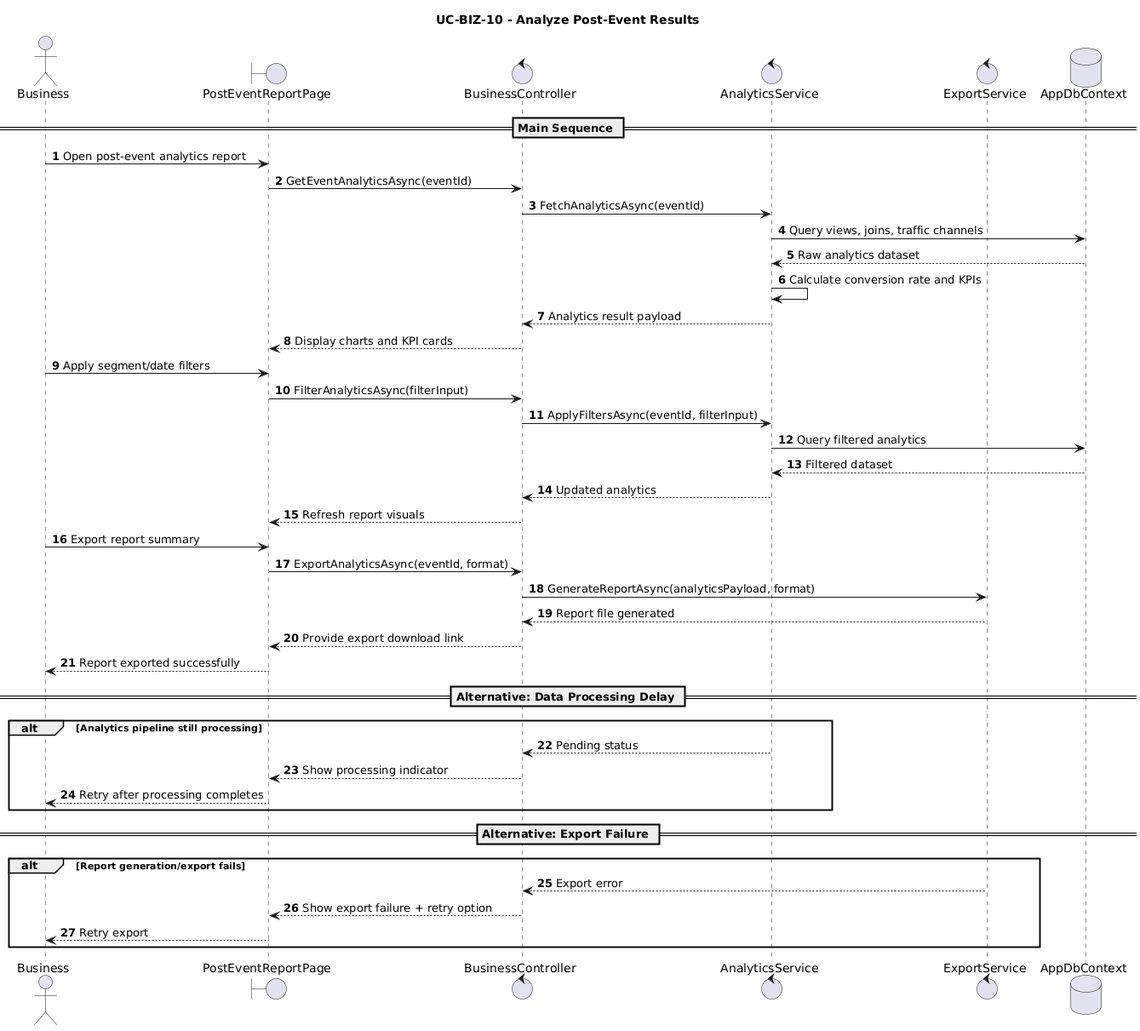
The PlantUML diagram User Cases/Sequence Diagrams/BusinessRole/AnalyzePostEventResults.png in gorge-unc23/4ThePlot, before a commit. The source it was exported from:
```plantuml
@startuml
title UC-BIZ-10 - Analyze Post-Event Results
autonumber

actor Business
boundary PostEventReportPage
control BusinessController
control AnalyticsService
control ExportService
database AppDbContext

== Main Sequence ==
Business -> PostEventReportPage: Open post-event analytics report
PostEventReportPage -> BusinessController: GetEventAnalyticsAsync(eventId)
BusinessController -> AnalyticsService: FetchAnalyticsAsync(eventId)
AnalyticsService -> AppDbContext: Query views, joins, traffic channels
AppDbContext --> AnalyticsService: Raw analytics dataset
AnalyticsService -> AnalyticsService: Calculate conversion rate and KPIs
AnalyticsService --> BusinessController: Analytics result payload
BusinessController --> PostEventReportPage: Display charts and KPI cards

Business -> PostEventReportPage: Apply segment/date filters
PostEventReportPage -> BusinessController: FilterAnalyticsAsync(filterInput)
BusinessController -> AnalyticsService: ApplyFiltersAsync(eventId, filterInput)
AnalyticsService -> AppDbContext: Query filtered analytics
AppDbContext --> AnalyticsService: Filtered dataset
AnalyticsService --> BusinessController: Updated analytics
BusinessController --> PostEventReportPage: Refresh report visuals

Business -> PostEventReportPage: Export report summary
PostEventReportPage -> BusinessController: ExportAnalyticsAsync(eventId, format)
BusinessController -> ExportService: GenerateReportAsync(analyticsPayload, format)
ExportService --> BusinessController: Report file generated
BusinessController --> PostEventReportPage: Provide export download link
PostEventReportPage --> Business: Report exported successfully

== Alternative: Data Processing Delay ==
alt Analytics pipeline still processing
  AnalyticsService --> BusinessController: Pending status
  BusinessController --> PostEventReportPage: Show processing indicator
  PostEventReportPage --> Business: Retry after processing completes
end

== Alternative: Export Failure ==
alt Report generation/export fails
  ExportService --> BusinessController: Export error
  BusinessController --> PostEventReportPage: Show export failure + retry option
  PostEventReportPage --> Business: Retry export
end
@enduml
```
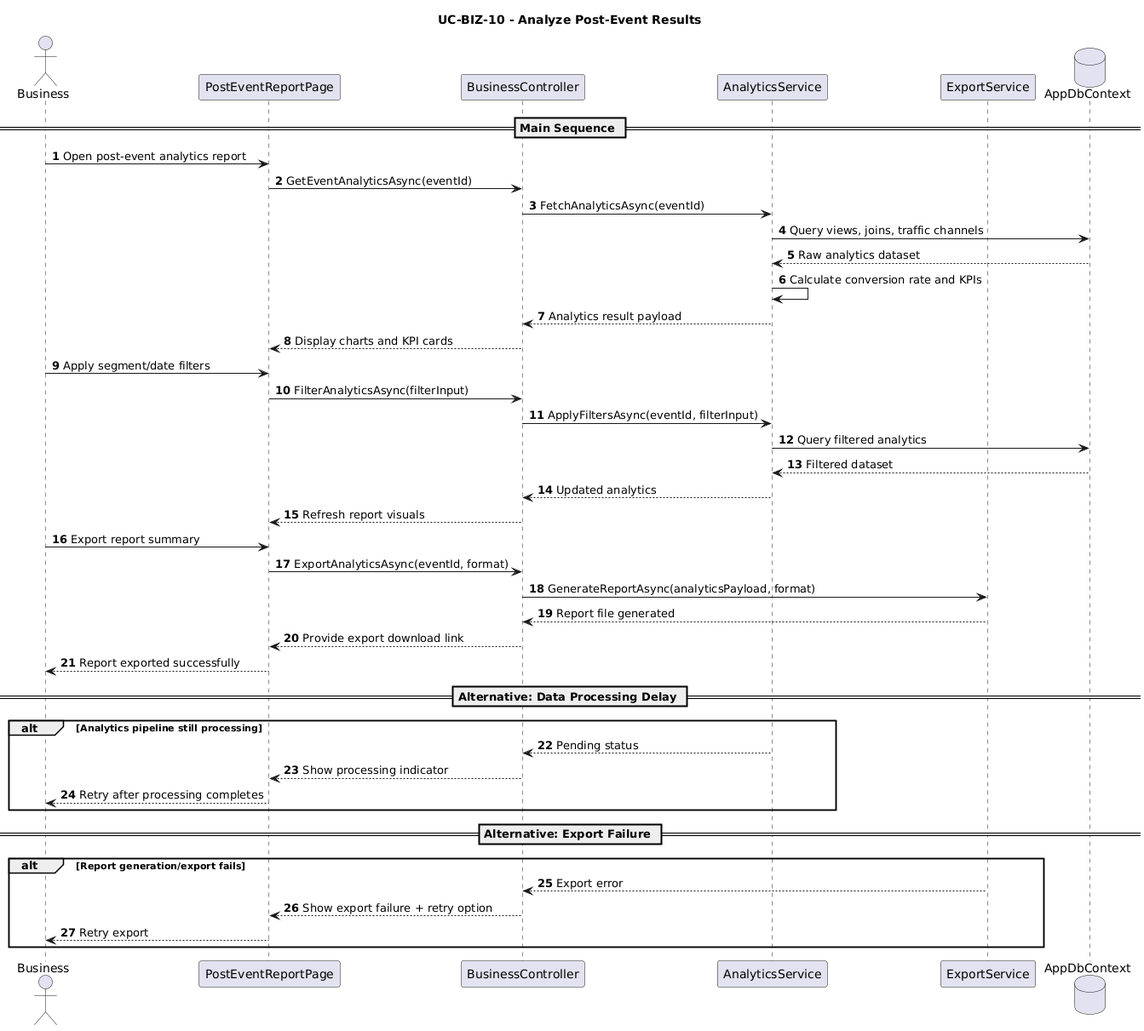
The same file after the commit.

Diff of the diagram source:
```diff
@@ -3,10 +3,10 @@
 autonumber
 
 actor Business
-boundary PostEventReportPage
-control BusinessController
-control AnalyticsService
-control ExportService
+participant PostEventReportPage
+participant BusinessController
+participant AnalyticsService
+participant ExportService
 database AppDbContext
 
 == Main Sequence ==
```
